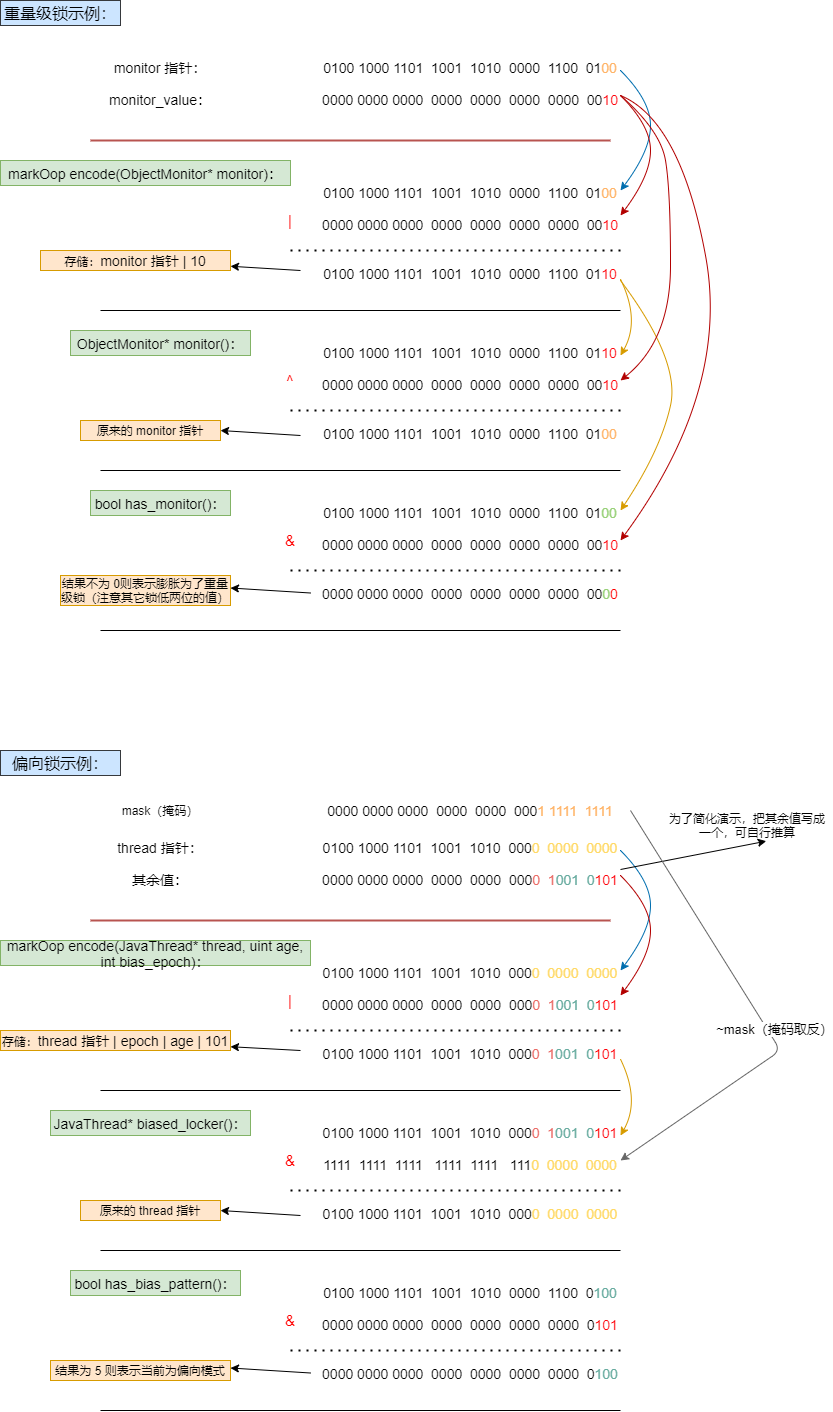
Above: image/markword_Principle.png in siyuanfeng000/source-jvm (draw.io), before the change. Source tidied: cells renumbered, new cells last; positions are measured from the earlier drawing's top-left corner, leaving out a move shared by most shapes.
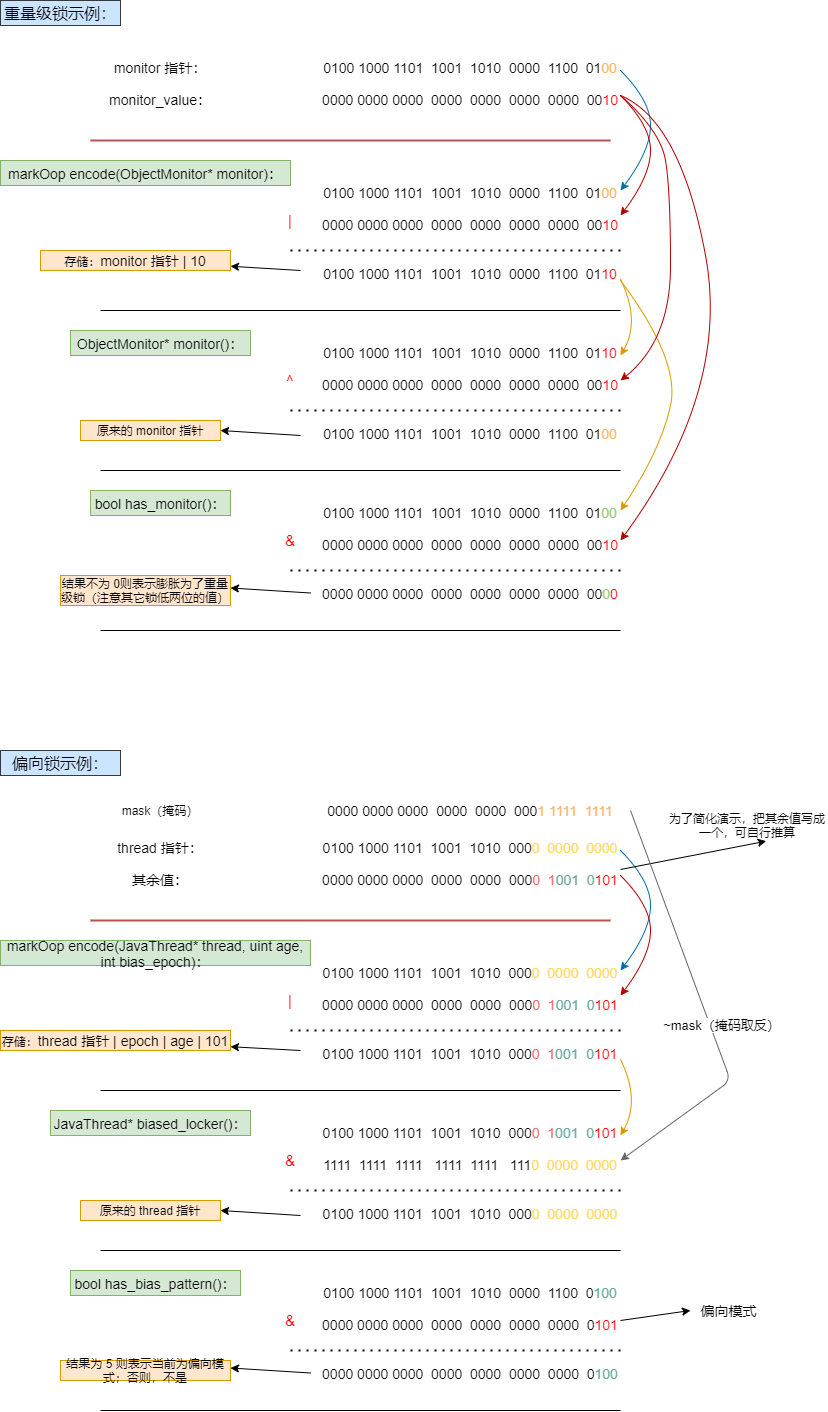
Above is the later version.

Change to the diagram source:
```diff
@@ -285,8 +285,8 @@
         <mxPoint x="530" y="140" as="targetPoint" />
       </mxGeometry>
     </mxCell>
-    <mxCell id="67" value="结果为 5 则表示当前为偏向模式" style="text;html=1;strokeColor=#d79b00;fillColor=#ffe6cc;align=center;verticalAlign=middle;whiteSpace=wrap;rounded=0;" parent="60" vertex="1">
-      <mxGeometry x="-40" y="90" width="180" height="20" as="geometry" />
+    <mxCell id="67" value="结果为 5 则表示当前为偏向模式；否则，不是" style="text;html=1;strokeColor=#d79b00;fillColor=#ffe6cc;align=center;verticalAlign=middle;whiteSpace=wrap;rounded=0;" parent="60" vertex="1">
+      <mxGeometry x="-30" y="90" width="170" height="20" as="geometry" />
     </mxCell>
     <mxCell id="68" style="endArrow=classic;html=1;entryX=1;entryY=0.5;entryDx=0;entryDy=0;" parent="60" edge="1">
       <mxGeometry relative="1" as="geometry">
@@ -340,7 +340,7 @@
     <mxCell id="77" style="endArrow=classic;html=1;exitX=1;exitY=0.5;exitDx=0;exitDy=0;entryX=1;entryY=1;entryDx=0;entryDy=0;fillColor=#f5f5f5;strokeColor=#666666;" parent="1" edge="1" source="75" target="45">
       <mxGeometry relative="1" as="geometry">
         <Array as="points">
-          <mxPoint x="780" y="1050" />
+          <mxPoint x="730" y="1080" />
         </Array>
       </mxGeometry>
     </mxCell>
@@ -349,5 +349,11 @@
         <mxPoint x="16.5" y="16" as="offset" />
       </mxGeometry>
     </mxCell>
+    <mxCell id="79" value="&lt;font style=&quot;font-size: 14px&quot;&gt;偏向模式&lt;/font&gt;" style="text;html=1;strokeColor=none;fillColor=none;align=center;verticalAlign=middle;whiteSpace=wrap;rounded=0;" parent="1" vertex="1">
+      <mxGeometry x="690" y="1300" width="77" height="20" as="geometry" />
+    </mxCell>
+    <mxCell id="80" style="endArrow=classic;html=1;entryX=0;entryY=0.5;entryDx=0;entryDy=0;exitX=1;exitY=1;exitDx=0;exitDy=0;" parent="1" edge="1" source="62" target="79">
+      <mxGeometry relative="1" as="geometry" />
+    </mxCell>
   </root>
 </mxGraphModel>
```
